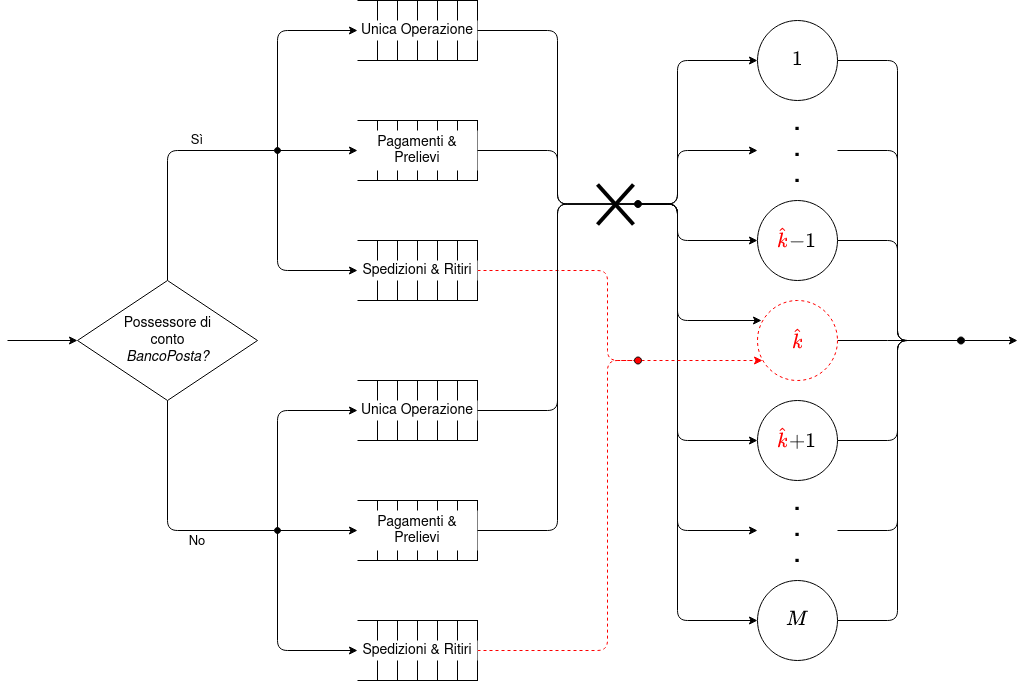
Above: doc/figs/modello-concettuale-sempl-2.png in tibwere/pmcsn-project (draw.io), before the change. Source tidied: cells renumbered, new cells last; positions are measured from the earlier drawing's top-left corner, leaving out a move shared by most shapes.
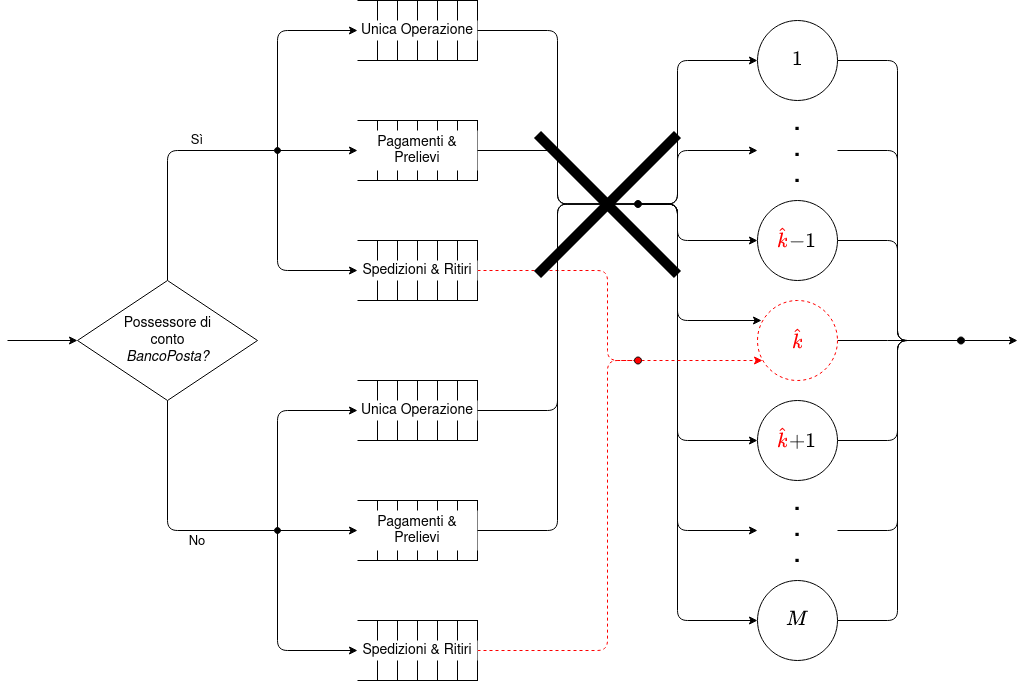
Later version of the same file.

Change to the diagram source:
```diff
@@ -488,16 +488,19 @@
     <mxCell id="113" value="&lt;div&gt;\(+1\)&lt;/div&gt;" style="text;html=1;strokeColor=none;fillColor=none;align=center;verticalAlign=middle;whiteSpace=wrap;rounded=0;shadow=0;fontSize=16;fontStyle=1;" parent="111" vertex="1">
       <mxGeometry x="10" y="3" width="40" height="20" as="geometry" />
     </mxCell>
+    <mxCell id="116" style="group;" parent="1" vertex="1">
+      <mxGeometry x="530" y="134" width="140" height="140" as="geometry" />
+    </mxCell>
-    <mxCell id="114" style="endArrow=none;html=1;strokeWidth=4;" parent="1" edge="1">
-      <mxGeometry x="600" y="204" as="geometry">
-        <mxPoint x="590" y="184" as="sourcePoint" />
-        <mxPoint x="626" y="224" as="targetPoint" />
+    <mxCell id="114" style="endArrow=none;html=1;strokeWidth=10;" parent="116" edge="1">
+      <mxGeometry as="geometry">
+        <mxPoint as="sourcePoint" />
+        <mxPoint x="140" y="140" as="targetPoint" />
       </mxGeometry>
     </mxCell>
-    <mxCell id="115" style="endArrow=none;html=1;strokeWidth=4;" parent="1" edge="1">
-      <mxGeometry x="600" y="204" as="geometry">
-        <mxPoint x="590" y="224" as="sourcePoint" />
-        <mxPoint x="626" y="184" as="targetPoint" />
+    <mxCell id="115" style="endArrow=none;html=1;strokeWidth=10;" parent="116" edge="1">
+      <mxGeometry as="geometry">
+        <mxPoint y="140" as="sourcePoint" />
+        <mxPoint x="140" as="targetPoint" />
       </mxGeometry>
     </mxCell>
   </root>
```
